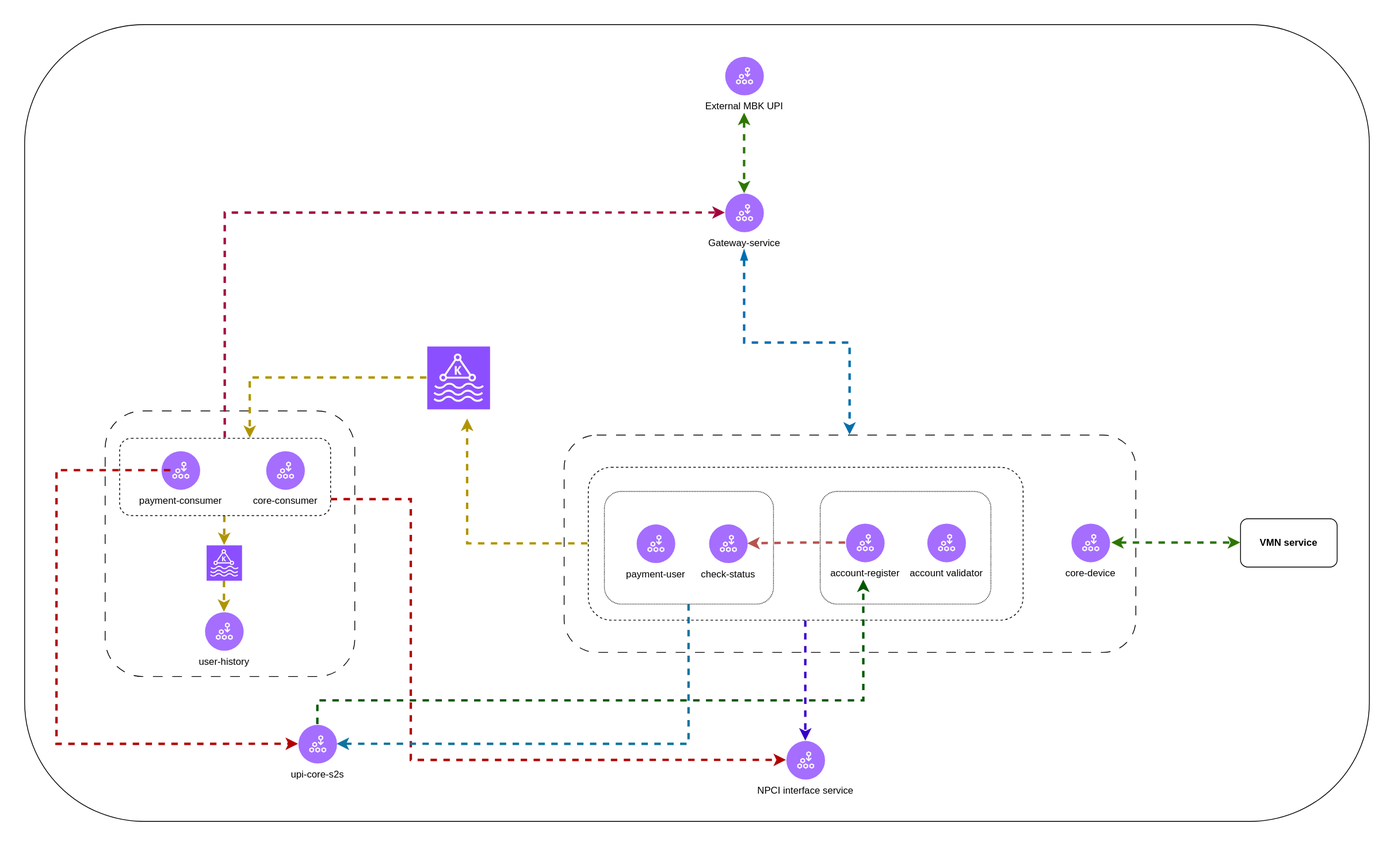
RohitGH29/drawio keeps this draw.io diagram as mobikwik/nsdl/architecture/service-flow-diagram/services-DFD-level-0.drawio.svg. Above is the earlier version. Source tidied: cells renumbered, new cells last; positions are measured from the earlier drawing's top-left corner, leaving out a move shared by most shapes.
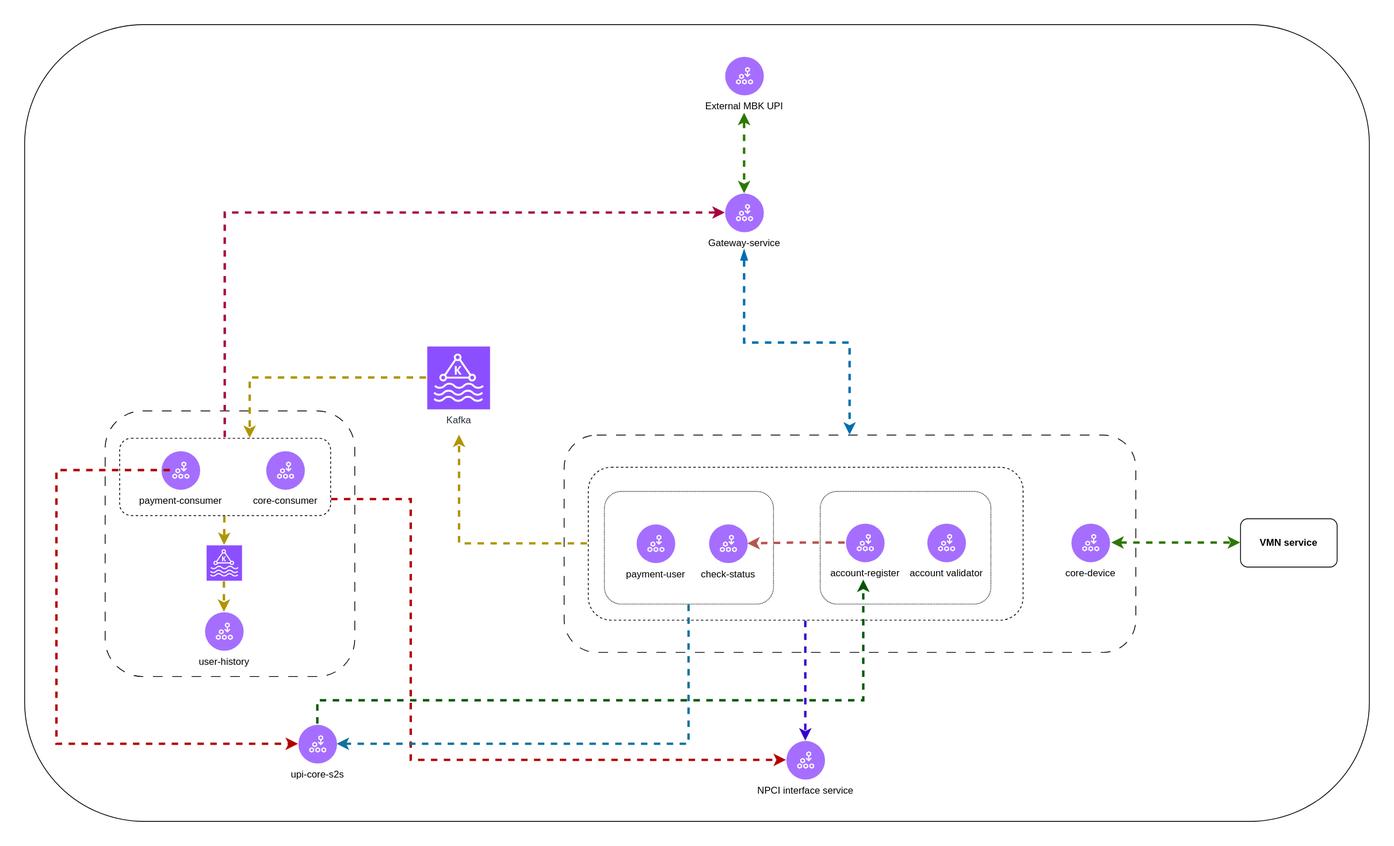
Later version of the same file.

Diff of the diagram source:
```diff
@@ -10,7 +10,11 @@
     </mxCell>
     <mxCell id="4" style="edgeStyle=orthogonalEdgeStyle;rounded=0;jettySize=auto;html=1;flowAnimation=1;fillColor=#e3c800;strokeColor=#B09500;strokeWidth=3;" parent="1" edge="1" source="6">
       <mxGeometry relative="1" as="geometry">
-        <mxPoint x="550" y="490" as="targetPoint" />
+        <mxPoint x="540" y="510" as="targetPoint" />
+        <Array as="points">
+          <mxPoint x="540" y="645" />
+          <mxPoint x="540" y="510" />
+        </Array>
       </mxGeometry>
     </mxCell>
     <mxCell id="5" style="edgeStyle=orthogonalEdgeStyle;rounded=0;jettySize=auto;html=1;entryX=0.5;entryY=0;entryDx=0;entryDy=0;flowAnimation=1;fillColor=#6a00ff;strokeColor=#3700CC;strokeWidth=3;" parent="1" edge="1" source="6" target="17">
@@ -202,7 +206,7 @@
         </Array>
       </mxGeometry>
     </mxCell>
-    <mxCell id="46" style="sketch=0;points=[[0,0,0],[0.25,0,0],[0.5,0,0],[0.75,0,0],[1,0,0],[0,1,0],[0.25,1,0],[0.5,1,0],[0.75,1,0],[1,1,0],[0,0.25,0],[0,0.5,0],[0,0.75,0],[1,0.25,0],[1,0.5,0],[1,0.75,0]];outlineConnect=0;fontColor=#232F3E;fillColor=#8C4FFF;strokeColor=#ffffff;dashed=0;verticalLabelPosition=bottom;verticalAlign=top;align=center;html=1;fontSize=12;fontStyle=0;shape=mxgraph.aws4.resourceIcon;resIcon=mxgraph.aws4.managed_streaming_for_kafka;" parent="1" vertex="1">
+    <mxCell id="46" value="Kafka" style="sketch=0;points=[[0,0,0],[0.25,0,0],[0.5,0,0],[0.75,0,0],[1,0,0],[0,1,0],[0.25,1,0],[0.5,1,0],[0.75,1,0],[1,1,0],[0,0.25,0],[0,0.5,0],[0,0.75,0],[1,0.25,0],[1,0.5,0],[1,0.75,0]];outlineConnect=0;fontColor=#232F3E;fillColor=#8C4FFF;strokeColor=#ffffff;dashed=0;verticalLabelPosition=bottom;verticalAlign=top;align=center;html=1;fontSize=12;fontStyle=0;shape=mxgraph.aws4.resourceIcon;resIcon=mxgraph.aws4.managed_streaming_for_kafka;" parent="1" vertex="1">
       <mxGeometry x="500" y="400" width="78" height="78" as="geometry" />
     </mxCell>
     <mxCell id="47" style="edgeStyle=orthogonalEdgeStyle;rounded=0;jettySize=auto;html=1;entryX=0.5;entryY=0;entryDx=0;entryDy=0;flowAnimation=1;fillColor=#e3c800;strokeColor=#B09500;strokeWidth=3;" parent="1" edge="1" source="49" target="27">
```
